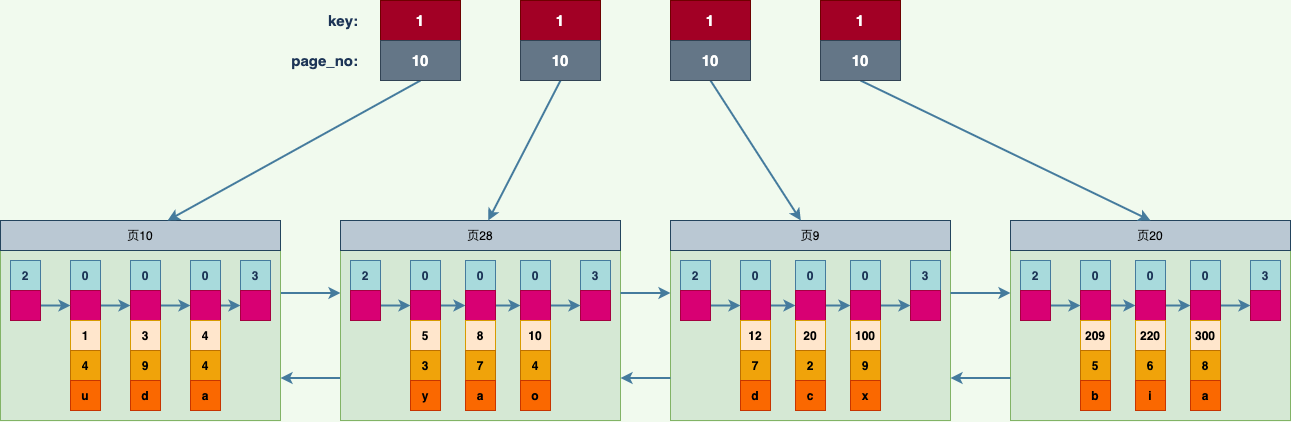
The draw.io diagram assets/为页编制目录.png in gwwwwt/mysql_8.0.4, before a commit. Source tidied: cells renumbered, new cells last; positions are measured from the earlier drawing's top-left corner, leaving out a move shared by most shapes.
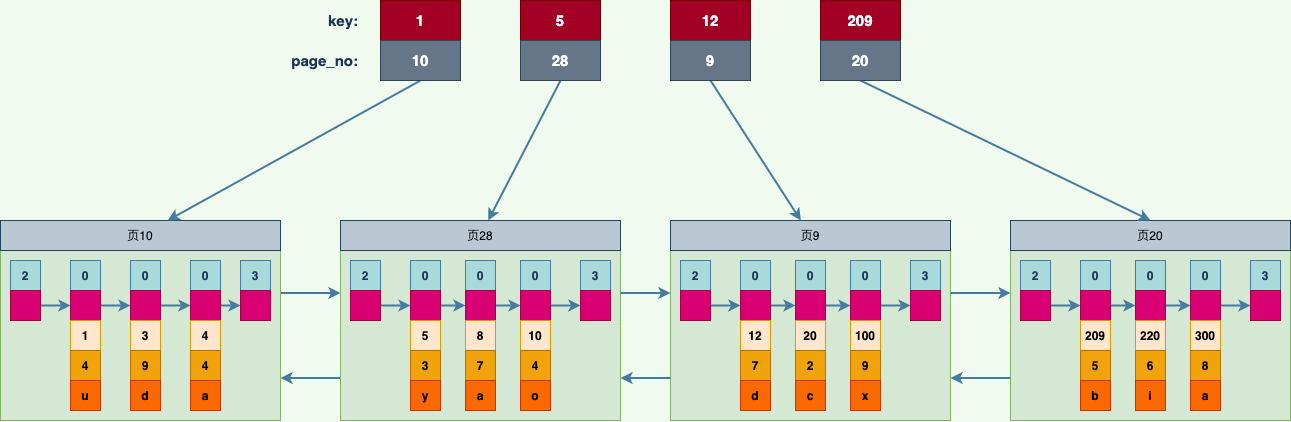
Later version of the same file.

Commit message:
Update 为页编制目录.png

Change to the diagram source:
```diff
@@ -338,31 +338,31 @@
     <mxCell id="113" value="10" style="rounded=0;whiteSpace=wrap;html=1;sketch=0;fontColor=#ffffff;strokeColor=#314354;fillColor=#647687;fontSize=15;fontStyle=1;" parent="1" vertex="1">
       <mxGeometry x="380" y="40" width="80" height="40" as="geometry" />
     </mxCell>
-    <mxCell id="114" value="1" style="rounded=0;whiteSpace=wrap;html=1;sketch=0;fontColor=#ffffff;strokeColor=#6F0000;fillColor=#a20025;fontStyle=1;fontSize=15;" parent="1" vertex="1">
+    <mxCell id="114" value="5" style="rounded=0;whiteSpace=wrap;html=1;sketch=0;fontColor=#ffffff;strokeColor=#6F0000;fillColor=#a20025;fontStyle=1;fontSize=15;" parent="1" vertex="1">
       <mxGeometry x="520" width="80" height="40" as="geometry" />
     </mxCell>
     <mxCell id="115" style="edgeStyle=none;sketch=0;jettySize=auto;html=1;exitX=0.5;exitY=1;exitDx=0;exitDy=0;fontSize=15;fontColor=#1D3557;strokeColor=#457B9D;fillColor=#A8DADC;strokeWidth=2;" parent="1" edge="1" source="116" target="37">
       <mxGeometry relative="1" as="geometry" />
     </mxCell>
-    <mxCell id="116" value="10" style="rounded=0;whiteSpace=wrap;html=1;sketch=0;fontColor=#ffffff;strokeColor=#314354;fillColor=#647687;fontSize=15;fontStyle=1;" parent="1" vertex="1">
+    <mxCell id="116" value="28" style="rounded=0;whiteSpace=wrap;html=1;sketch=0;fontColor=#ffffff;strokeColor=#314354;fillColor=#647687;fontSize=15;fontStyle=1;" parent="1" vertex="1">
       <mxGeometry x="520" y="40" width="80" height="40" as="geometry" />
     </mxCell>
-    <mxCell id="117" value="1" style="rounded=0;whiteSpace=wrap;html=1;sketch=0;fontColor=#ffffff;strokeColor=#6F0000;fillColor=#a20025;fontStyle=1;fontSize=15;" parent="1" vertex="1">
+    <mxCell id="117" value="12" style="rounded=0;whiteSpace=wrap;html=1;sketch=0;fontColor=#ffffff;strokeColor=#6F0000;fillColor=#a20025;fontStyle=1;fontSize=15;" parent="1" vertex="1">
       <mxGeometry x="670" width="80" height="40" as="geometry" />
     </mxCell>
     <mxCell id="118" style="edgeStyle=none;sketch=0;jettySize=auto;html=1;exitX=0.5;exitY=1;exitDx=0;exitDy=0;fontSize=15;fontColor=#1D3557;strokeColor=#457B9D;strokeWidth=2;fillColor=#A8DADC;" parent="1" edge="1" source="119" target="63">
       <mxGeometry relative="1" as="geometry" />
     </mxCell>
-    <mxCell id="119" value="10" style="rounded=0;whiteSpace=wrap;html=1;sketch=0;fontColor=#ffffff;strokeColor=#314354;fillColor=#647687;fontSize=15;fontStyle=1;" parent="1" vertex="1">
+    <mxCell id="119" value="9" style="rounded=0;whiteSpace=wrap;html=1;sketch=0;fontColor=#ffffff;strokeColor=#314354;fillColor=#647687;fontSize=15;fontStyle=1;" parent="1" vertex="1">
       <mxGeometry x="670" y="40" width="80" height="40" as="geometry" />
     </mxCell>
-    <mxCell id="120" value="1" style="rounded=0;whiteSpace=wrap;html=1;sketch=0;fontColor=#ffffff;strokeColor=#6F0000;fillColor=#a20025;fontStyle=1;fontSize=15;" parent="1" vertex="1">
+    <mxCell id="120" value="209" style="rounded=0;whiteSpace=wrap;html=1;sketch=0;fontColor=#ffffff;strokeColor=#6F0000;fillColor=#a20025;fontStyle=1;fontSize=15;" parent="1" vertex="1">
       <mxGeometry x="820" width="80" height="40" as="geometry" />
     </mxCell>
     <mxCell id="121" style="edgeStyle=none;sketch=0;jettySize=auto;html=1;exitX=0.5;exitY=1;exitDx=0;exitDy=0;entryX=0.5;entryY=0;entryDx=0;entryDy=0;fontSize=15;fontColor=#1D3557;strokeColor=#457B9D;strokeWidth=2;fillColor=#A8DADC;" parent="1" edge="1" source="122" target="91">
       <mxGeometry relative="1" as="geometry" />
     </mxCell>
-    <mxCell id="122" value="10" style="rounded=0;whiteSpace=wrap;html=1;sketch=0;fontColor=#ffffff;strokeColor=#314354;fillColor=#647687;fontSize=15;fontStyle=1;" parent="1" vertex="1">
+    <mxCell id="122" value="20" style="rounded=0;whiteSpace=wrap;html=1;sketch=0;fontColor=#ffffff;strokeColor=#314354;fillColor=#647687;fontSize=15;fontStyle=1;" parent="1" vertex="1">
       <mxGeometry x="820" y="40" width="80" height="40" as="geometry" />
     </mxCell>
     <mxCell id="123" value="key:" style="text;html=1;strokeColor=none;fillColor=none;align=right;verticalAlign=middle;whiteSpace=wrap;rounded=0;sketch=0;fontSize=15;fontColor=#1D3557;fontStyle=1;" parent="1" vertex="1">
```
